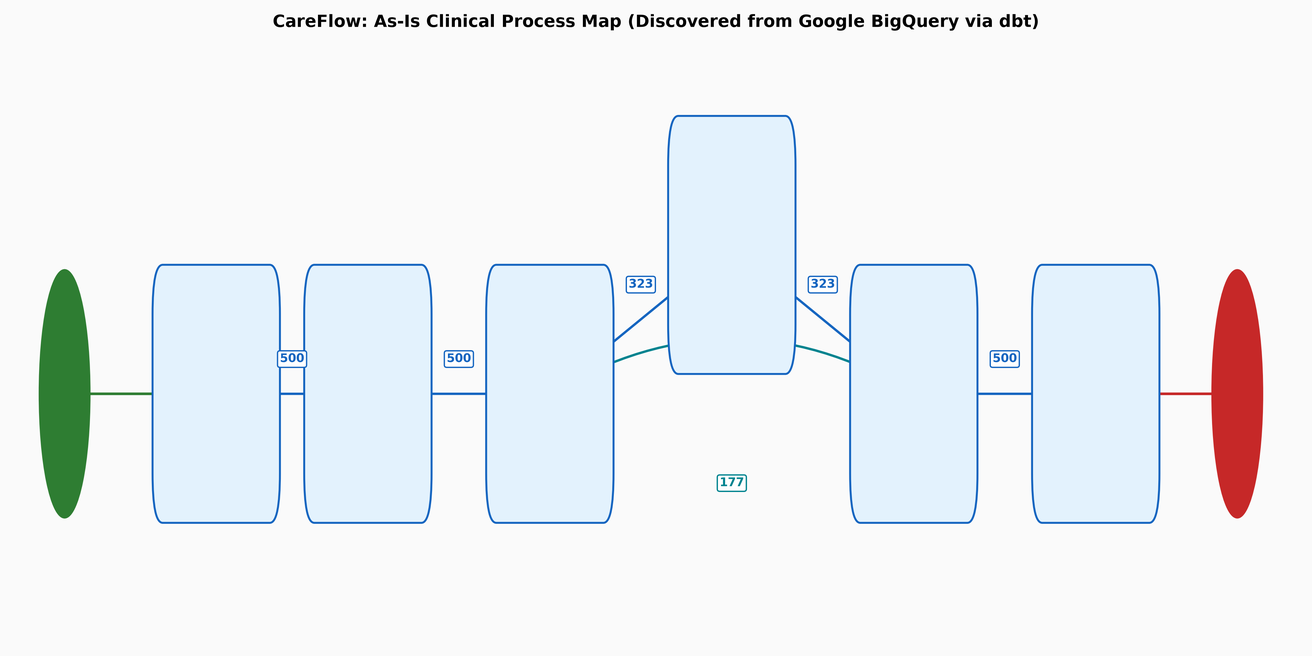
This is reports/as_is_process_map_bigquery.png from akshayamanchukonda/care-flow, a Graphviz export, as it was before one commit. Its source is kept beside it as reports/as_is_process_map_bigquery.dot.
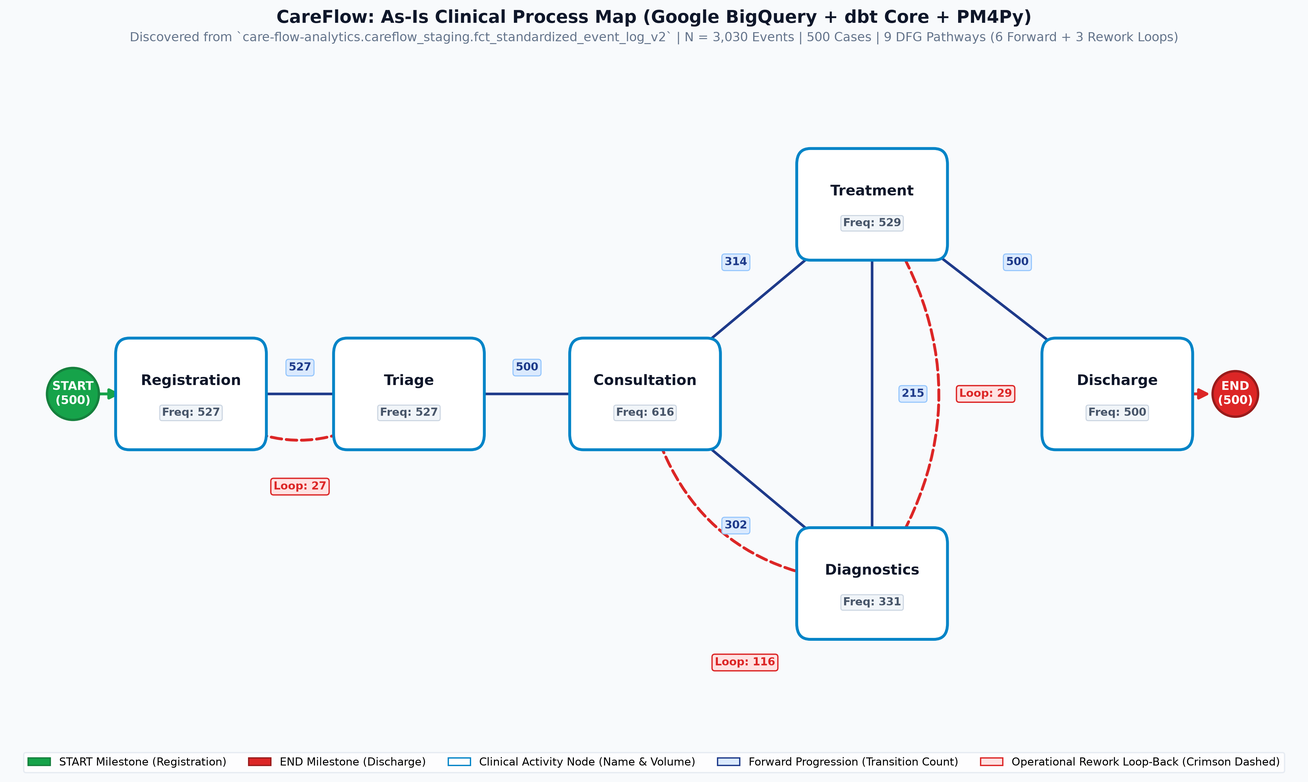
The same diagram one commit later.

The edit, as a diff of the source:
```diff
@@ -1,17 +1,27 @@
 digraph AsIsHealthcareProcess {
     rankdir=LR;
-    node [shape=box, style=filled, fillcolor="#E3F2FD", fontname="Helvetica", fontsize=10];
+    node [shape=box, style="rounded,filled", fillcolor="#FFFFFF", color="#0284C7", penwidth=2.0, fontname="Helvetica-Bold", fontsize=11];
     edge [fontname="Helvetica", fontsize=9];
 
-    START [shape=circle, fillcolor="#4CAF50", fontcolor=white, style=filled, label="START"];
-    END [shape=doublecircle, fillcolor="#F44336", fontcolor=white, style=filled, label="END"];
+    START [shape=circle, fillcolor="#16A34A", fontcolor=white, style=filled, color="#15803D", label="START"];
+    END [shape=doublecircle, fillcolor="#DC2626", fontcolor=white, style=filled, color="#991B1B", label="END"];
 
-    START -> "Registration" [label="500", color="#2E7D32", penwidth=2.0];
-    "Registration" -> "Triage" [label="500", color="#1565C0", penwidth=1.5];
-    "Treatment" -> "Discharge" [label="500", color="#1565C0", penwidth=1.5];
-    "Triage" -> "Consultation" [label="500", color="#1565C0", penwidth=1.5];
-    "Consultation" -> "Diagnostics" [label="323", color="#1565C0", penwidth=1.5];
-    "Diagnostics" -> "Treatment" [label="323", color="#1565C0", penwidth=1.5];
-    "Consultation" -> "Treatment" [label="177", color="#1565C0", penwidth=1.5];
-    "Discharge" -> END [label="500", color="#C62828", penwidth=2.0];
+    "Registration" [label="Registration\n(527 events)", shape=box, style="rounded,filled", fillcolor="#FFFFFF", color="#0284C7", penwidth=2.0, fontname="Helvetica-Bold", fontsize=11];
+    "Triage" [label="Triage\n(527 events)", shape=box, style="rounded,filled", fillcolor="#FFFFFF", color="#0284C7", penwidth=2.0, fontname="Helvetica-Bold", fontsize=11];
+    "Consultation" [label="Consultation\n(616 events)", shape=box, style="rounded,filled", fillcolor="#FFFFFF", color="#0284C7", penwidth=2.0, fontname="Helvetica-Bold", fontsize=11];
+    "Diagnostics" [label="Diagnostics\n(331 events)", shape=box, style="rounded,filled", fillcolor="#FFFFFF", color="#0284C7", penwidth=2.0, fontname="Helvetica-Bold", fontsize=11];
+    "Treatment" [label="Treatment\n(529 events)", shape=box, style="rounded,filled", fillcolor="#FFFFFF", color="#0284C7", penwidth=2.0, fontname="Helvetica-Bold", fontsize=11];
+    "Discharge" [label="Discharge\n(500 events)", shape=box, style="rounded,filled", fillcolor="#FFFFFF", color="#0284C7", penwidth=2.0, fontname="Helvetica-Bold", fontsize=11];
+
+    START -> "Registration" [label="500", color="#16A34A", penwidth=2.2];
+    "Registration" -> "Triage" [label="527", color="#1E3A8A", penwidth=1.8];
+    "Treatment" -> "Discharge" [label="500", color="#1E3A8A", penwidth=1.8];
+    "Triage" -> "Consultation" [label="500", color="#1E3A8A", penwidth=1.8];
+    "Consultation" -> "Treatment" [label="314", color="#1E3A8A", penwidth=1.8];
+    "Consultation" -> "Diagnostics" [label="302", color="#1E3A8A", penwidth=1.8];
+    "Diagnostics" -> "Treatment" [label="215", color="#1E3A8A", penwidth=1.8];
+    "Diagnostics" -> "Consultation" [label="Loop: 116", color="#DC2626", style=dashed, penwidth=2.0, fontcolor="#DC2626"];
+    "Treatment" -> "Diagnostics" [label="Loop: 29", color="#DC2626", style=dashed, penwidth=2.0, fontcolor="#DC2626"];
+    "Triage" -> "Registration" [label="Loop: 27", color="#DC2626", style=dashed, penwidth=2.0, fontcolor="#DC2626"];
+    "Discharge" -> END [label="500", color="#DC2626", penwidth=2.2];
 }
```
